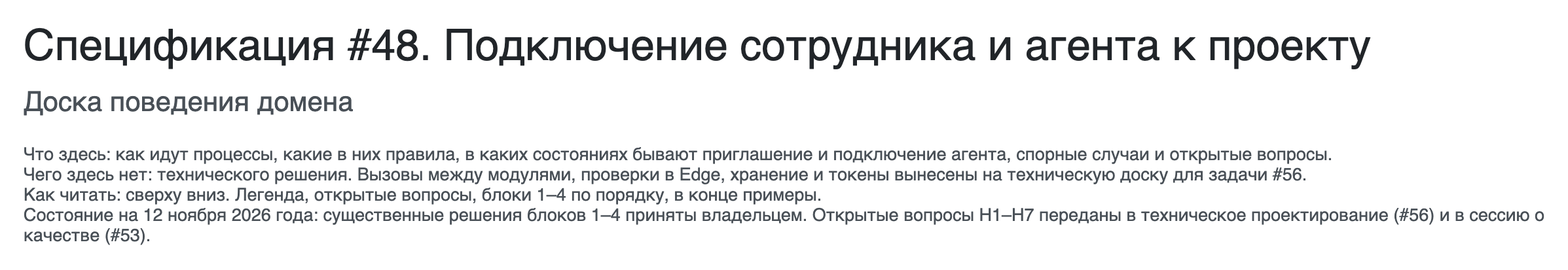
Earlier version of the Excalidraw export design/spec48-domain-board/snapshots/domain/00-about.png (KirillSachkov/ai-first-platform). Source tidied: one line per element, renumbered; positions are measured from the earlier drawing's top-left corner, leaving out a move shared by most shapes. Its diagram source:
```json
{"id": 0, "type": "text", "text": "Спецификация #48. Подключение сотрудника и агента к проекту", "strokeColor": "#212529", "strokeWidth": 2, "roughness": 1, "fontSize": 44, "fontFamily": 2, "x": 0, "y": 0, "width": 1372, "height": 51}
{"id": 1, "type": "text", "text": "Доска поведения домена", "strokeColor": "#495057", "strokeWidth": 2, "roughness": 1, "fontSize": 28, "fontFamily": 2, "x": 0, "y": 66, "width": 336, "height": 32}
{"id": 2, "type": "text", "text": "Что здесь: как идут процессы, какие в них правила, в каких состояниях бывают приглашение и подключение агента, спорные случаи и открытые вопросы.\nЧего здесь нет: технического решения. Вызовы между модулями, проверки в Edge, хранение и токены вынесены на техническую доску для задачи #56.\nКак читать: сверху вниз. Легенда, открытые вопросы, блоки 1–4 по порядку, в конце примеры.\nСостояние на 12 ноября 2026 года: существенные решения блоков 1–4 приняты владельцем. Открытые вопросы H1–H7 переданы в техническое проектирование (#56) и в сессию о\nкачестве (#53).", "strokeColor": "#495057", "strokeWidth": 2, "roughness": 1, "fontSize": 18, "fontFamily": 2, "x": 0, "y": 124, "width": 1549, "height": 104}
```
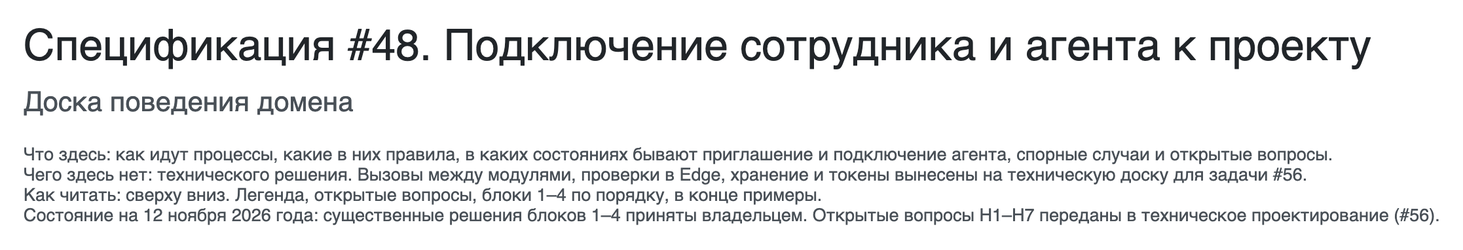
After the change.

Commit message:
Адресовать открытые вопросы H2, H5 и H7 техническому решению

Задача о профиле качества (#53) уже закрыта. Числовую цель ожидания,
срок неиспользования и предельный срок жизни подключения решает #56.

Change to the diagram source:
```diff
@@ -1,3 +1,3 @@
 {"id": 0, "type": "text", "text": "Спецификация #48. Подключение сотрудника и агента к проекту", "strokeColor": "#212529", "strokeWidth": 2, "roughness": 1, "fontSize": 44, "fontFamily": 2, "x": 0, "y": 0, "width": 1372, "height": 51}
 {"id": 1, "type": "text", "text": "Доска поведения домена", "strokeColor": "#495057", "strokeWidth": 2, "roughness": 1, "fontSize": 28, "fontFamily": 2, "x": 0, "y": 66, "width": 336, "height": 32}
-{"id": 2, "type": "text", "text": "Что здесь: как идут процессы, какие в них правила, в каких состояниях бывают приглашение и подключение агента, спорные случаи и открытые вопросы.\nЧего здесь нет: технического решения. Вызовы между модулями, проверки в Edge, хранение и токены вынесены на техническую доску для задачи #56.\nКак читать: сверху вниз. Легенда, открытые вопросы, блоки 1–4 по порядку, в конце примеры.\nСостояние на 12 ноября 2026 года: существенные решения блоков 1–4 приняты владельцем. Открытые вопросы H1–H7 переданы в техническое проектирование (#56) и в сессию о\nкачестве (#53).", "strokeColor": "#495057", "strokeWidth": 2, "roughness": 1, "fontSize": 18, "fontFamily": 2, "x": 0, "y": 124, "width": 1549, "height": 104}
+{"id": 2, "type": "text", "text": "Что здесь: как идут процессы, какие в них правила, в каких состояниях бывают приглашение и подключение агента, спорные случаи и открытые вопросы.\nЧего здесь нет: технического решения. Вызовы между модулями, проверки в Edge, хранение и токены вынесены на техническую доску для задачи #56.\nКак читать: сверху вниз. Легенда, открытые вопросы, блоки 1–4 по порядку, в конце примеры.\nСостояние на 12 ноября 2026 года: существенные решения блоков 1–4 приняты владельцем. Открытые вопросы H1–H7 переданы в техническое проектирование (#56).", "strokeColor": "#495057", "strokeWidth": 2, "roughness": 1, "fontSize": 18, "fontFamily": 2, "x": 0, "y": 124, "width": 1442, "height": 83}
```
